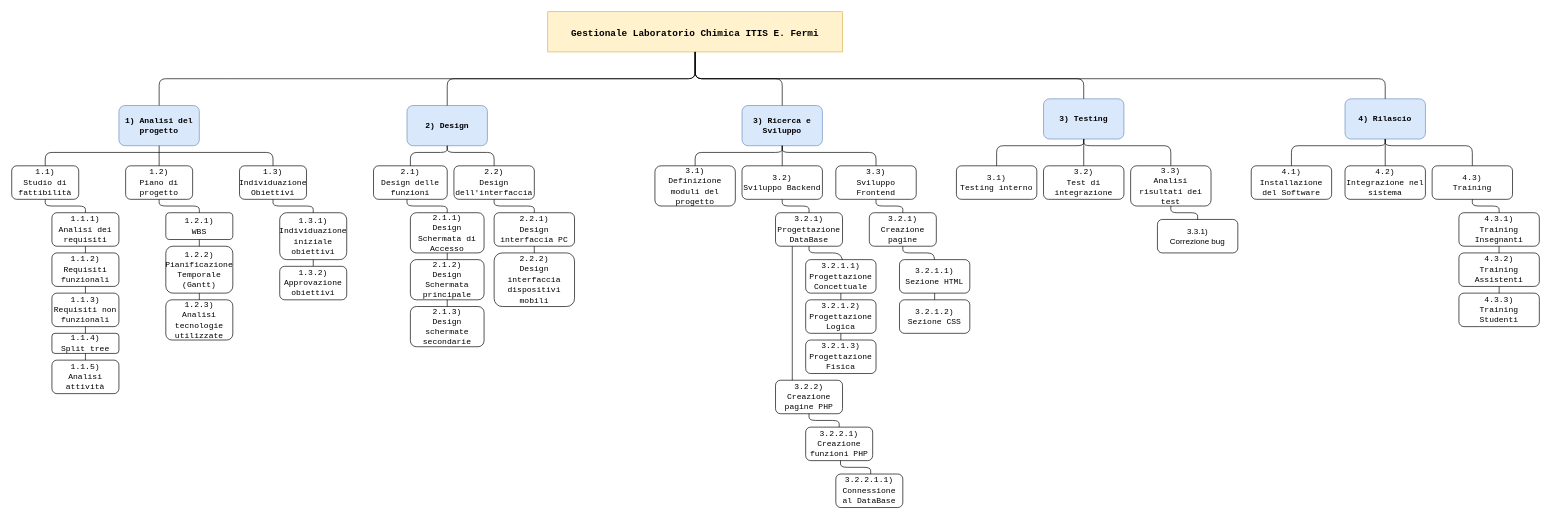
Earlier version of the draw.io diagram Albero_Attivitav3.drawio (MilaniFrancesco7/Progetto-Chimica). Source tidied: cells renumbered, new cells numbered last; positions are measured from the earlier drawing's top-left corner, leaving out a move shared by most shapes. Both pictures are drawn from the tidied source at 67%, with x=0, y=0 at pixel (11, 11).
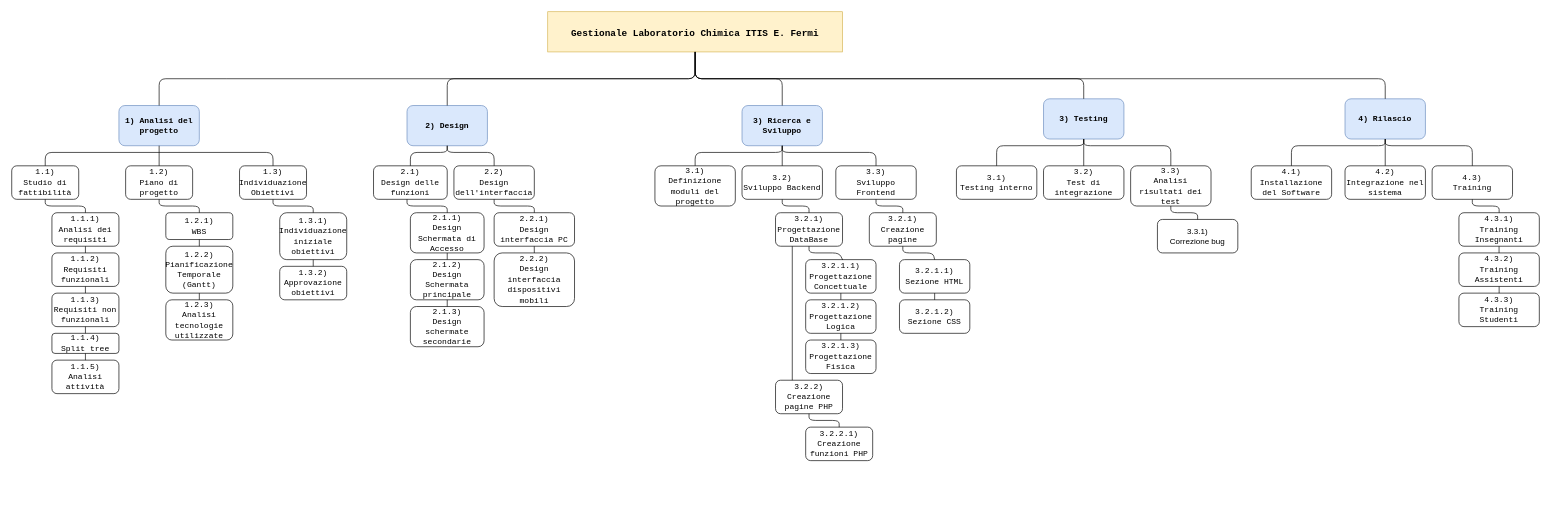
After the change.

Diff of the diagram source:
```diff
@@
-    <mxCell id="85" value="&lt;font face=&quot;Courier New&quot;&gt;3.2.2.1.1) &lt;br&gt;&lt;/font&gt;&lt;div&gt;&lt;font face=&quot;Courier New&quot;&gt;Connessione al DataBase&lt;/font&gt;&lt;/div&gt;" style="rounded=1;whiteSpace=wrap;html=1;" parent="1" vertex="1">
-      <mxGeometry x="1230" y="690" width="100" height="50" as="geometry" />
-    </mxCell>
@@
-    <mxCell id="98" style="endArrow=none;html=1;exitX=0.5;exitY=0;exitDx=0;exitDy=0;entryX=0.5;entryY=1;entryDx=0;entryDy=0;" parent="1" edge="1">
-      <mxGeometry relative="1" as="geometry">
-        <mxPoint x="1282" y="690" as="sourcePoint" />
-        <mxPoint x="1237" y="670" as="targetPoint" />
-        <Array as="points">
-          <mxPoint x="1282" y="680" />
-          <mxPoint x="1237" y="680" />
-        </Array>
-      </mxGeometry>
-    </mxCell>
```
